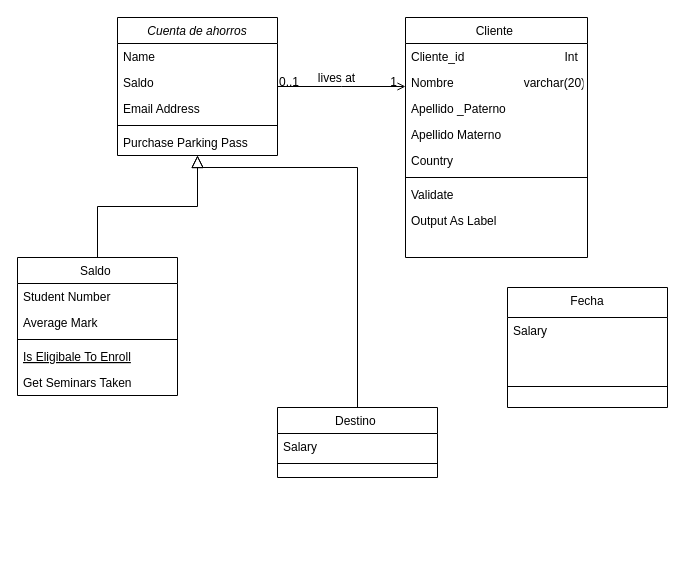
Above: page "Page-1" (1 of 2) of Untitled Diagram.drawio in JpChavez16/proyecto_plataformas (draw.io), before the change. Source tidied: cells renumbered, new cells numbered last; positions are measured from the earlier drawing's top-left corner, leaving out a move shared by most shapes. Both pictures are drawn from the tidied source at 100%, with x=0, y=0 at pixel (17, 17).
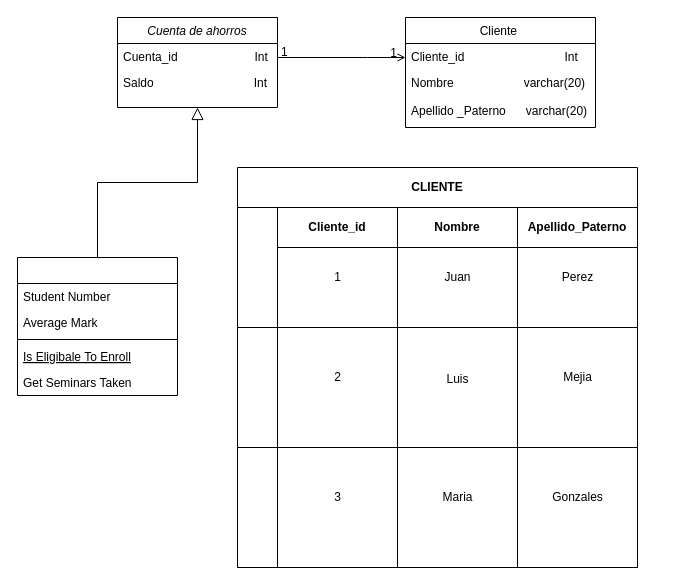
Above is the later version.

The edit, as a diff of the source:
```diff
@@
     <mxCell id="2" value="Cuenta de ahorros" style="swimlane;fontStyle=2;align=center;verticalAlign=top;horizontal=1;startSize=26;rounded=0;shadow=0;strokeWidth=1;" parent="1" vertex="1">
-      <mxGeometry x="100" width="160" height="138" as="geometry" />
+      <mxGeometry x="100" width="160" height="90" as="geometry" />
     </mxCell>
-    <mxCell id="3" value="Name" style="text;align=left;verticalAlign=top;spacingLeft=4;spacingRight=4;overflow=hidden;" parent="2" vertex="1">
+    <mxCell id="3" value="Cuenta_id                       Int" style="text;align=left;verticalAlign=top;spacingLeft=4;spacingRight=4;overflow=hidden;" parent="2" vertex="1">
       <mxGeometry y="26" width="160" height="26" as="geometry" />
     </mxCell>
-    <mxCell id="4" value="Saldo" style="text;align=left;verticalAlign=top;spacingLeft=4;spacingRight=4;overflow=hidden;rounded=0;shadow=0;html=0;" parent="2" vertex="1">
+    <mxCell id="4" value="Saldo                              Int" style="text;align=left;verticalAlign=top;spacingLeft=4;spacingRight=4;overflow=hidden;rounded=0;shadow=0;html=0;" parent="2" vertex="1">
       <mxGeometry y="52" width="160" height="26" as="geometry" />
     </mxCell>
-    <mxCell id="5" value="Email Address" style="text;align=left;verticalAlign=top;spacingLeft=4;spacingRight=4;overflow=hidden;rounded=0;shadow=0;html=0;" parent="2" vertex="1">
-      <mxGeometry y="78" width="160" height="26" as="geometry" />
-    </mxCell>
-    <mxCell id="6" style="line;html=1;strokeWidth=1;align=left;verticalAlign=middle;spacingTop=-1;spacingLeft=3;spacingRight=3;labelPosition=right;" parent="2" vertex="1">
-      <mxGeometry y="104" width="160" height="8" as="geometry" />
-    </mxCell>
-    <mxCell id="7" value="Purchase Parking Pass" style="text;align=left;verticalAlign=top;spacingLeft=4;spacingRight=4;overflow=hidden;" parent="2" vertex="1">
-      <mxGeometry y="112" width="160" height="26" as="geometry" />
-    </mxCell>
-    <mxCell id="8" value="Saldo " style="swimlane;fontStyle=0;align=center;verticalAlign=top;horizontal=1;startSize=26;rounded=0;shadow=0;strokeWidth=1;" parent="1" vertex="1">
+    <mxCell id="8" style="swimlane;fontStyle=0;align=center;verticalAlign=top;horizontal=1;startSize=26;rounded=0;shadow=0;strokeWidth=1;" parent="1" vertex="1">
       <mxGeometry y="240" width="160" height="138" as="geometry" />
     </mxCell>
@@
-    <mxCell id="15" style="endArrow=block;endSize=10;endFill=0;shadow=0;strokeWidth=1;rounded=0;edgeStyle=elbowEdgeStyle;elbow=vertical;" parent="1" edge="1" source="29" target="2">
-      <mxGeometry relative="1" as="geometry">
-        <Array as="points">
-          <mxPoint x="180" y="150" />
-          <mxPoint x="190" y="160" />
-          <mxPoint x="380" y="160" />
-        </Array>
-      </mxGeometry>
-    </mxCell>
     <mxCell id="16" value="Cliente " style="swimlane;fontStyle=0;align=center;verticalAlign=top;horizontal=1;startSize=26;rounded=0;shadow=0;strokeWidth=1;" parent="1" vertex="1">
-      <mxGeometry x="388" width="182" height="240" as="geometry" />
+      <mxGeometry x="388" width="190" height="110" as="geometry" />
     </mxCell>
     <mxCell id="17" value="Cliente_id                              Int" style="text;align=left;verticalAlign=top;spacingLeft=4;spacingRight=4;overflow=hidden;" parent="16" vertex="1">
-      <mxGeometry y="26" width="182" height="26" as="geometry" />
+      <mxGeometry y="26" width="190" height="26" as="geometry" />
     </mxCell>
     <mxCell id="18" value="Nombre                     varchar(20)" style="text;align=left;verticalAlign=top;spacingLeft=4;spacingRight=4;overflow=hidden;rounded=0;shadow=0;html=0;" parent="16" vertex="1">
-      <mxGeometry y="52" width="182" height="26" as="geometry" />
+      <mxGeometry y="52" width="190" height="28" as="geometry" />
     </mxCell>
-    <mxCell id="19" value="Apellido _Paterno&#10;" style="text;align=left;verticalAlign=top;spacingLeft=4;spacingRight=4;overflow=hidden;rounded=0;shadow=0;html=0;" parent="16" vertex="1">
-      <mxGeometry y="78" width="182" height="26" as="geometry" />
+    <mxCell id="19" value="Apellido _Paterno      varchar(20)&#10;" style="text;align=left;verticalAlign=top;spacingLeft=4;spacingRight=4;overflow=hidden;rounded=0;shadow=0;html=0;" parent="16" vertex="1">
+      <mxGeometry y="80" width="190" height="26" as="geometry" />
     </mxCell>
-    <mxCell id="20" value="Apellido Materno&#10;" style="text;align=left;verticalAlign=top;spacingLeft=4;spacingRight=4;overflow=hidden;rounded=0;shadow=0;html=0;" parent="16" vertex="1">
-      <mxGeometry y="104" width="182" height="26" as="geometry" />
-    </mxCell>
-    <mxCell id="21" value="Country" style="text;align=left;verticalAlign=top;spacingLeft=4;spacingRight=4;overflow=hidden;rounded=0;shadow=0;html=0;" parent="16" vertex="1">
-      <mxGeometry y="130" width="182" height="26" as="geometry" />
-    </mxCell>
-    <mxCell id="22" style="line;html=1;strokeWidth=1;align=left;verticalAlign=middle;spacingTop=-1;spacingLeft=3;spacingRight=3;labelPosition=right;" parent="16" vertex="1">
-      <mxGeometry y="156" width="182" height="8" as="geometry" />
-    </mxCell>
-    <mxCell id="23" value="Validate" style="text;align=left;verticalAlign=top;spacingLeft=4;spacingRight=4;overflow=hidden;" parent="16" vertex="1">
-      <mxGeometry y="164" width="182" height="26" as="geometry" />
-    </mxCell>
-    <mxCell id="24" value="Output As Label" style="text;align=left;verticalAlign=top;spacingLeft=4;spacingRight=4;overflow=hidden;" parent="16" vertex="1">
-      <mxGeometry y="190" width="182" height="26" as="geometry" />
-    </mxCell>
     <mxCell id="25" style="endArrow=open;shadow=0;strokeWidth=1;rounded=0;endFill=1;edgeStyle=elbowEdgeStyle;elbow=vertical;" parent="1" edge="1" source="2" target="16">
       <mxGeometry x="0.5" y="41" relative="1" as="geometry">
+        <Array as="points">
+          <mxPoint x="350" y="40" />
+        </Array>
         <mxPoint x="-40" y="32" as="offset" />
       </mxGeometry>
     </mxCell>
-    <mxCell id="26" value="0..1" style="align=left;verticalAlign=bottom;labelBackgroundColor=none;fontSize=12;" parent="25" vertex="1">
+    <mxCell id="26" value="1" style="align=left;verticalAlign=bottom;labelBackgroundColor=none;fontSize=12;" parent="25" vertex="1">
       <mxGeometry x="-1" relative="1" as="geometry">
-        <mxPoint y="4" as="offset" />
+        <mxPoint x="2" y="3" as="offset" />
       </mxGeometry>
     </mxCell>
@@
-    <mxCell id="28" value="lives at" style="text;html=1;align=center;verticalAlign=middle;labelBackgroundColor=none;rounded=0;shadow=0;strokeWidth=1;fontSize=12;" parent="25" vertex="1">
-      <mxGeometry x="0.5" y="49" relative="1" as="geometry">
-        <mxPoint x="-38" y="40" as="offset" />
-      </mxGeometry>
-    </mxCell>
-    <mxCell id="29" value="Destino " style="swimlane;fontStyle=0;align=center;verticalAlign=top;horizontal=1;startSize=26;rounded=0;shadow=0;strokeWidth=1;" parent="1" vertex="1">
-      <mxGeometry x="260" y="390" width="160" height="70" as="geometry" />
-    </mxCell>
-    <mxCell id="30" value="Salary" style="text;align=left;verticalAlign=top;spacingLeft=4;spacingRight=4;overflow=hidden;" parent="29" vertex="1">
-      <mxGeometry y="26" width="160" height="26" as="geometry" />
-    </mxCell>
-    <mxCell id="31" style="line;html=1;strokeWidth=1;align=left;verticalAlign=middle;spacingTop=-1;spacingLeft=3;spacingRight=3;labelPosition=right;" parent="29" vertex="1">
-      <mxGeometry y="52" width="160" height="8" as="geometry" />
-    </mxCell>
-    <mxCell id="32" value="Fecha" style="swimlane;fontStyle=0;align=center;verticalAlign=top;horizontal=1;startSize=30;rounded=0;shadow=0;strokeWidth=1;" parent="1" vertex="1">
-      <mxGeometry x="490" y="270" width="160" height="120" as="geometry" />
-    </mxCell>
-    <mxCell id="33" value="Salary&#10;" style="text;align=left;verticalAlign=top;spacingLeft=4;spacingRight=4;overflow=hidden;" parent="32" vertex="1">
-      <mxGeometry y="30" width="160" height="60" as="geometry" />
-    </mxCell>
-    <mxCell id="34" style="line;html=1;strokeWidth=1;align=left;verticalAlign=middle;spacingTop=-1;spacingLeft=3;spacingRight=3;labelPosition=right;" parent="32" vertex="1">
-      <mxGeometry y="90" width="160" height="18" as="geometry" />
-    </mxCell>
+    <mxCell id="35" value="1" style="text;html=1;align=center;verticalAlign=middle;" parent="1" vertex="1">
+      <mxGeometry x="310" y="250" width="20" height="20" as="geometry" />
+    </mxCell>
+    <mxCell id="36" value="2" style="text;html=1;align=center;verticalAlign=middle;" parent="1" vertex="1">
+      <mxGeometry x="310" y="350" width="20" height="20" as="geometry" />
+    </mxCell>
+    <mxCell id="37" value="Mejia" style="text;html=1;align=center;verticalAlign=middle;" parent="1" vertex="1">
+      <mxGeometry x="540" y="350" width="40" height="20" as="geometry" />
+    </mxCell>
+    <mxCell id="38" value="CLIENTE" style="shape=table;childLayout=tableLayout;rowLines=0;columnLines=0;startSize=40;html=1;whiteSpace=wrap;fontStyle=1;align=center;" parent="1" vertex="1">
+      <mxGeometry x="220" y="150" width="400" height="400" as="geometry" />
+    </mxCell>
+    <mxCell id="39" style="swimlane;horizontal=0;startSize=40;html=1;whiteSpace=wrap;fontStyle=1;" parent="38" vertex="1">
+      <mxGeometry y="40" width="400" height="120" as="geometry" />
+    </mxCell>
+    <mxCell id="40" value="Cliente_id" style="swimlane;startSize=40;html=1;whiteSpace=wrap;" parent="39" vertex="1">
+      <mxGeometry x="40" width="120" height="120" as="geometry" />
+    </mxCell>
+    <mxCell id="41" value="Nombre" style="swimlane;startSize=40;html=1;whiteSpace=wrap;" parent="39" vertex="1">
+      <mxGeometry x="160" width="120" height="120" as="geometry" />
+    </mxCell>
+    <mxCell id="42" value="Juan" style="text;html=1;align=center;verticalAlign=middle;" parent="41" vertex="1">
+      <mxGeometry x="40" y="60" width="40" height="20" as="geometry" />
+    </mxCell>
+    <mxCell id="43" value="Apellido_Paterno" style="swimlane;startSize=40;html=1;whiteSpace=wrap;" parent="39" vertex="1">
+      <mxGeometry x="280" width="120" height="120" as="geometry" />
+    </mxCell>
+    <mxCell id="44" value="Perez" style="text;html=1;align=center;verticalAlign=middle;" parent="43" vertex="1">
+      <mxGeometry x="35" y="60" width="50" height="20" as="geometry" />
+    </mxCell>
+    <mxCell id="45" style="swimlane;horizontal=0;startSize=40;html=1;whiteSpace=wrap;" parent="38" vertex="1">
+      <mxGeometry y="160" width="400" height="120" as="geometry" />
+    </mxCell>
+    <mxCell id="46" style="swimlane;startSize=0;html=1;whiteSpace=wrap;" parent="45" vertex="1">
+      <mxGeometry x="40" width="120" height="120" as="geometry" />
+    </mxCell>
+    <mxCell id="47" style="swimlane;startSize=0;html=1;whiteSpace=wrap;" parent="45" vertex="1">
+      <mxGeometry x="160" width="120" height="120" as="geometry" />
+    </mxCell>
+    <mxCell id="48" value="Luis" style="text;html=1;align=center;verticalAlign=middle;" parent="47" vertex="1">
+      <mxGeometry x="40" y="42" width="40" height="20" as="geometry" />
+    </mxCell>
+    <mxCell id="49" style="swimlane;startSize=0;html=1;whiteSpace=wrap;" parent="45" vertex="1">
+      <mxGeometry x="280" width="120" height="120" as="geometry" />
+    </mxCell>
+    <mxCell id="50" style="swimlane;horizontal=0;startSize=40;html=1;whiteSpace=wrap;" parent="38" vertex="1">
+      <mxGeometry y="280" width="400" height="120" as="geometry" />
+    </mxCell>
+    <mxCell id="51" style="swimlane;startSize=0;html=1;whiteSpace=wrap;" parent="50" vertex="1">
+      <mxGeometry x="40" width="120" height="120" as="geometry" />
+    </mxCell>
+    <mxCell id="52" value="3" style="text;html=1;align=center;verticalAlign=middle;" parent="51" vertex="1">
+      <mxGeometry x="50" y="40" width="20" height="20" as="geometry" />
+    </mxCell>
+    <mxCell id="53" style="swimlane;startSize=0;html=1;whiteSpace=wrap;" parent="50" vertex="1">
+      <mxGeometry x="160" width="120" height="120" as="geometry" />
+    </mxCell>
+    <mxCell id="54" value="Maria" style="text;html=1;align=center;verticalAlign=middle;" parent="53" vertex="1">
+      <mxGeometry x="35" y="40" width="50" height="20" as="geometry" />
+    </mxCell>
+    <mxCell id="55" style="swimlane;startSize=0;html=1;whiteSpace=wrap;" parent="50" vertex="1">
+      <mxGeometry x="280" width="120" height="120" as="geometry" />
+    </mxCell>
+    <mxCell id="56" value="Gonzales" style="text;html=1;align=center;verticalAlign=middle;" parent="55" vertex="1">
+      <mxGeometry x="25" y="40" width="70" height="20" as="geometry" />
+    </mxCell>
```
